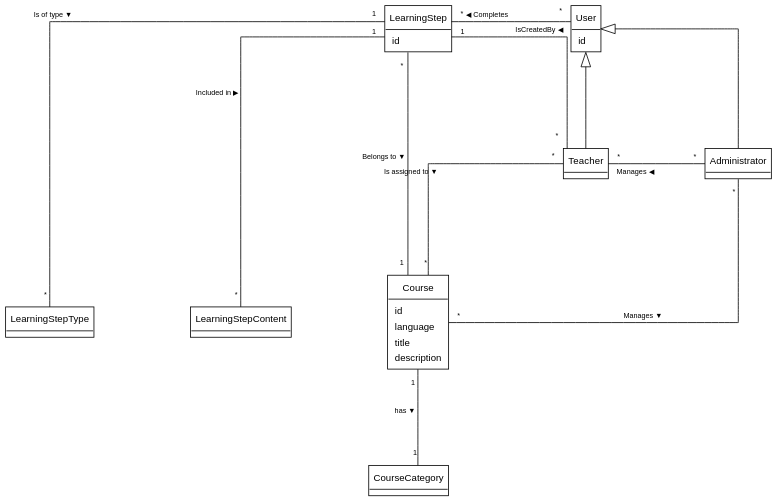
Before: out/Analysis/DomainModel/DomainModel.svg, a diagram exported from PlantUML (SEPCheesecakeFactory/SEP3).
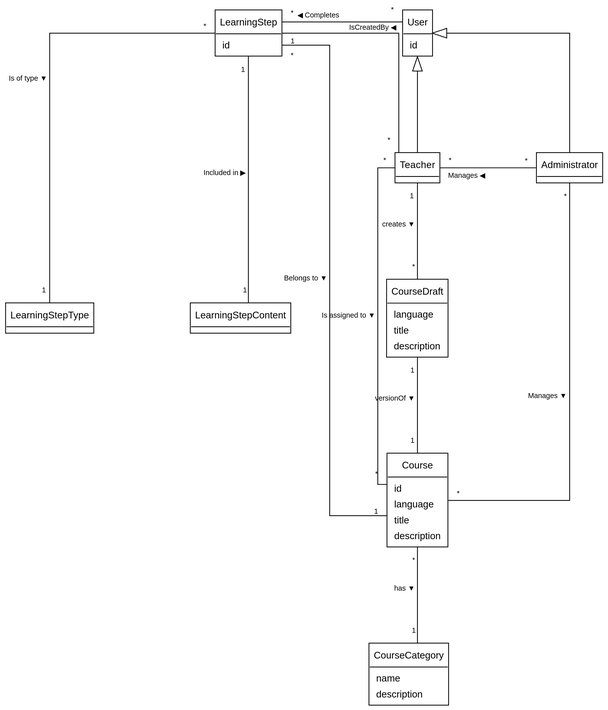
After the commit.

What changed in the source:
```diff
@@ -1,6 +1,6 @@
 @startuml
 !include .\astah-min.puml
-scale 0.5
+scale 2
 
 skinparam ranksep 120
 skinparam nodesep 120
@@ -19,6 +19,7 @@
 
 together {
     class Course
+    class CourseDraft
     class LearningStep
     class CourseCategory
     class LearningStepType
@@ -39,16 +40,29 @@
 class LearningStepContent{
 
 }
+class CourseDraft
+{
+    language
+    title
+    description
+}
+class CourseCategory
+{
+    name
+    description
+}
 
 Teacher "*" -down- "*" Course : Is assigned to ▼
 LearningStep "1" -right- "*" Teacher : IsCreatedBy ◀
 Administrator "*" -down- "*" Course : Manages ▼
 LearningStep "*" -down- "1" Course : Belongs to ▼
-LearningStepType "*" -up- "1" LearningStep : Is of type ▼
-LearningStepContent "*" -left- "1" LearningStep : Included in ▶
+LearningStepType "1" -up- "*" LearningStep : Is of type ▼
+LearningStepContent "1" -left- "1" LearningStep : Included in ▶
 Teacher -up-|> User
 Administrator -up-|> User
 User "*" -left- "*" LearningStep : ◀ Completes
 Administrator "*" -left- "*" Teacher : Manages ◀
-Course "1" -down- "1" CourseCategory : has ▼
+Course "*" -down- "1" CourseCategory : has ▼
+CourseDraft "1" -down- "1" Course : versionOf ▼
+Teacher "1" -down- "*" CourseDraft : creates ▼
 @enduml
```
